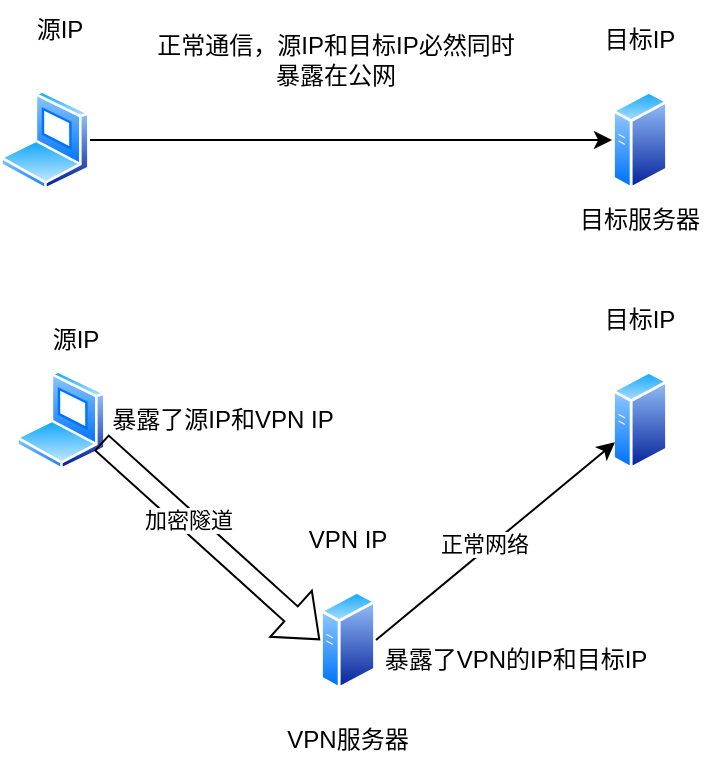
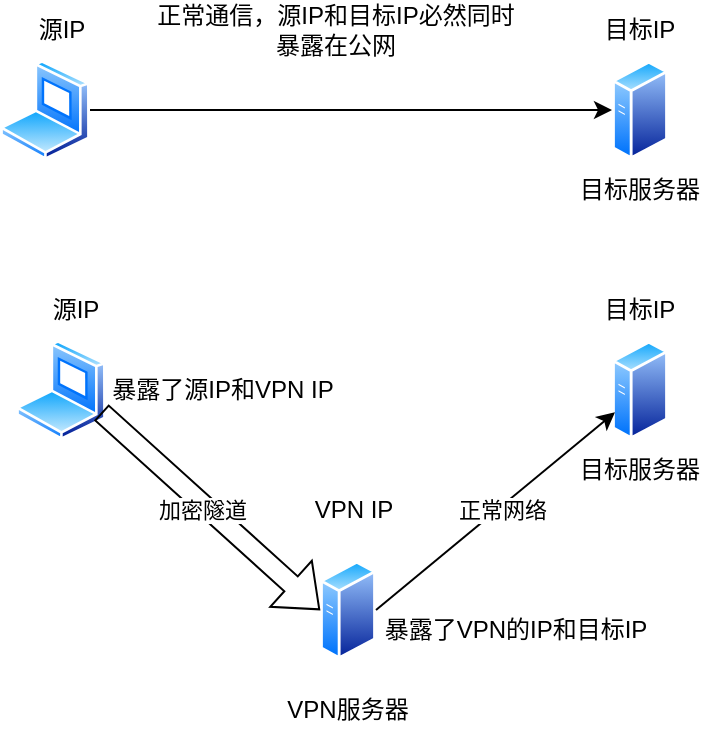
<mxfile host="app.diagrams.net">
  <diagram name="第 1 页" id="x75mBBePGTJKtWfh-TEs">
    <mxGraphModel dx="532" dy="760" grid="1" gridSize="10" guides="1" tooltips="1" connect="1" arrows="1" fold="1" page="1" pageScale="1" pageWidth="827" pageHeight="1169" math="0" shadow="0">
      <root>
        <mxCell id="0" />
        <mxCell id="1" parent="0" />
        <mxCell id="bX55yH_OHmuiz4Lmo6q1-2" parent="1" style="text;html=1;whiteSpace=wrap;strokeColor=none;fillColor=none;align=center;verticalAlign=middle;rounded=0;" value="源IP" vertex="1">
-           <mxGeometry height="30" width="60" x="110" y="125" as="geometry" />
+           <mxGeometry height="30" width="60" x="110.5" y="140" as="geometry" />
        </mxCell>
        <mxCell id="bX55yH_OHmuiz4Lmo6q1-8" edge="1" parent="1" source="bX55yH_OHmuiz4Lmo6q1-4" style="edgeStyle=orthogonalEdgeStyle;rounded=0;orthogonalLoop=1;jettySize=auto;html=1;entryX=0;entryY=0.5;entryDx=0;entryDy=0;" target="bX55yH_OHmuiz4Lmo6q1-6">
          <mxGeometry relative="1" as="geometry" />
        </mxCell>
        <mxCell id="bX55yH_OHmuiz4Lmo6q1-4" parent="1" style="image;aspect=fixed;perimeter=ellipsePerimeter;html=1;align=center;shadow=0;dashed=0;spacingTop=3;image=img/lib/active_directory/laptop_client.svg;" value="" vertex="1">
          <mxGeometry height="50" width="45" x="110" y="170" as="geometry" />
        </mxCell>
        <mxCell id="bX55yH_OHmuiz4Lmo6q1-6" parent="1" style="image;aspect=fixed;perimeter=ellipsePerimeter;html=1;align=center;shadow=0;dashed=0;spacingTop=3;image=img/lib/active_directory/generic_server.svg;" value="" vertex="1">
          <mxGeometry height="50" width="28.000000000000004" x="416" y="170" as="geometry" />
        </mxCell>
        <mxCell id="bX55yH_OHmuiz4Lmo6q1-7" parent="1" style="text;html=1;whiteSpace=wrap;strokeColor=none;fillColor=none;align=center;verticalAlign=middle;rounded=0;" value="目标IP" vertex="1">
-           <mxGeometry height="30" width="60" x="400" y="130" as="geometry" />
+           <mxGeometry height="30" width="60" x="400" y="140" as="geometry" />
        </mxCell>
        <mxCell id="bX55yH_OHmuiz4Lmo6q1-9" parent="1" style="text;html=1;whiteSpace=wrap;strokeColor=none;fillColor=none;align=center;verticalAlign=middle;rounded=0;" value="正常通信，源IP和目标IP必然同时&lt;div&gt;暴露在公网&lt;/div&gt;" vertex="1">
          <mxGeometry height="30" width="200" x="178" y="140" as="geometry" />
        </mxCell>
        <mxCell id="bX55yH_OHmuiz4Lmo6q1-10" parent="1" style="image;aspect=fixed;perimeter=ellipsePerimeter;html=1;align=center;shadow=0;dashed=0;spacingTop=3;image=img/lib/active_directory/laptop_client.svg;" value="" vertex="1">
          <mxGeometry height="50" width="45" x="118" y="310" as="geometry" />
        </mxCell>
        <mxCell id="bX55yH_OHmuiz4Lmo6q1-11" parent="1" style="image;aspect=fixed;perimeter=ellipsePerimeter;html=1;align=center;shadow=0;dashed=0;spacingTop=3;image=img/lib/active_directory/generic_server.svg;" value="" vertex="1">
          <mxGeometry height="50" width="28.000000000000004" x="270" y="420" as="geometry" />
        </mxCell>
        <mxCell id="bX55yH_OHmuiz4Lmo6q1-12" parent="1" style="image;aspect=fixed;perimeter=ellipsePerimeter;html=1;align=center;shadow=0;dashed=0;spacingTop=3;image=img/lib/active_directory/generic_server.svg;" value="" vertex="1">
          <mxGeometry height="50" width="28.000000000000004" x="416" y="310" as="geometry" />
        </mxCell>
        <mxCell id="bX55yH_OHmuiz4Lmo6q1-13" parent="1" style="text;html=1;whiteSpace=wrap;strokeColor=none;fillColor=none;align=center;verticalAlign=middle;rounded=0;" value="源IP" vertex="1">
          <mxGeometry height="30" width="60" x="118" y="280" as="geometry" />
        </mxCell>
        <mxCell id="bX55yH_OHmuiz4Lmo6q1-14" parent="1" style="text;html=1;whiteSpace=wrap;strokeColor=none;fillColor=none;align=center;verticalAlign=middle;rounded=0;" value="VPN服务器" vertex="1">
          <mxGeometry height="30" width="66" x="251" y="480" as="geometry" />
        </mxCell>
        <mxCell id="bX55yH_OHmuiz4Lmo6q1-15" parent="1" style="text;html=1;whiteSpace=wrap;strokeColor=none;fillColor=none;align=center;verticalAlign=middle;rounded=0;" value="目标服务器" vertex="1">
          <mxGeometry height="30" width="80" x="390" y="220" as="geometry" />
        </mxCell>
        <mxCell id="bX55yH_OHmuiz4Lmo6q1-16" parent="1" style="text;html=1;whiteSpace=wrap;strokeColor=none;fillColor=none;align=center;verticalAlign=middle;rounded=0;" value="目标IP" vertex="1">
-           <mxGeometry height="30" width="60" x="400" y="270" as="geometry" />
+           <mxGeometry height="30" width="60" x="400" y="280" as="geometry" />
        </mxCell>
        <mxCell id="bX55yH_OHmuiz4Lmo6q1-17" parent="1" style="text;html=1;whiteSpace=wrap;strokeColor=none;fillColor=none;align=center;verticalAlign=middle;rounded=0;" value="VPN IP" vertex="1">
-           <mxGeometry height="30" width="60" x="254" y="380" as="geometry" />
+           <mxGeometry height="30" width="60" x="257" y="380" as="geometry" />
        </mxCell>
        <mxCell id="bX55yH_OHmuiz4Lmo6q1-20" edge="1" parent="1" source="bX55yH_OHmuiz4Lmo6q1-11" style="endArrow=classic;html=1;rounded=0;entryX=0;entryY=0.75;entryDx=0;entryDy=0;exitX=1;exitY=0.5;exitDx=0;exitDy=0;" target="bX55yH_OHmuiz4Lmo6q1-12" value="">
          <mxGeometry height="50" relative="1" width="50" as="geometry">
            <mxPoint x="310" y="450" as="sourcePoint" />
            <mxPoint x="424" y="542" as="targetPoint" />
          </mxGeometry>
        </mxCell>
        <mxCell id="bX55yH_OHmuiz4Lmo6q1-25" connectable="0" parent="bX55yH_OHmuiz4Lmo6q1-20" style="edgeLabel;html=1;align=center;verticalAlign=middle;resizable=0;points=[];" value="正常网络" vertex="1">
          <mxGeometry relative="1" x="-0.0706" y="3" as="geometry">
-             <mxPoint as="offset" />
+             <mxPoint x="9" y="-2" as="offset" />
          </mxGeometry>
        </mxCell>
        <mxCell id="bX55yH_OHmuiz4Lmo6q1-21" edge="1" parent="1" source="bX55yH_OHmuiz4Lmo6q1-10" style="shape=flexArrow;endArrow=classic;html=1;rounded=0;entryX=0;entryY=0.5;entryDx=0;entryDy=0;exitX=1;exitY=0.75;exitDx=0;exitDy=0;" target="bX55yH_OHmuiz4Lmo6q1-11" value="">
          <mxGeometry height="50" relative="1" width="50" as="geometry">
            <mxPoint x="50" y="550" as="sourcePoint" />
            <mxPoint x="100" y="500" as="targetPoint" />
          </mxGeometry>
        </mxCell>
        <mxCell id="bX55yH_OHmuiz4Lmo6q1-24" connectable="0" parent="bX55yH_OHmuiz4Lmo6q1-21" style="edgeLabel;html=1;align=center;verticalAlign=middle;resizable=0;points=[];" value="加密隧道" vertex="1">
          <mxGeometry relative="1" x="-0.2225" as="geometry">
-             <mxPoint as="offset" />
+             <mxPoint x="7" y="10" as="offset" />
          </mxGeometry>
        </mxCell>
        <mxCell id="bX55yH_OHmuiz4Lmo6q1-26" parent="1" style="text;html=1;whiteSpace=wrap;strokeColor=none;fillColor=none;align=center;verticalAlign=middle;rounded=0;" value="暴露了VPN的IP和目标IP" vertex="1">
          <mxGeometry height="30" width="140" x="298" y="440" as="geometry" />
        </mxCell>
        <mxCell id="bX55yH_OHmuiz4Lmo6q1-27" parent="1" style="text;html=1;whiteSpace=wrap;strokeColor=none;fillColor=none;align=center;verticalAlign=middle;rounded=0;" value="暴露了源IP和VPN IP" vertex="1">
          <mxGeometry height="30" width="117" x="163" y="320" as="geometry" />
        </mxCell>
+         <mxCell id="bX55yH_OHmuiz4Lmo6q1-28" parent="1" style="text;html=1;whiteSpace=wrap;strokeColor=none;fillColor=none;align=center;verticalAlign=middle;rounded=0;" value="目标服务器" vertex="1">
+           <mxGeometry height="30" width="80" x="390" y="360" as="geometry" />
+         </mxCell>
      </root>
    </mxGraphModel>
  </diagram>
</mxfile>
